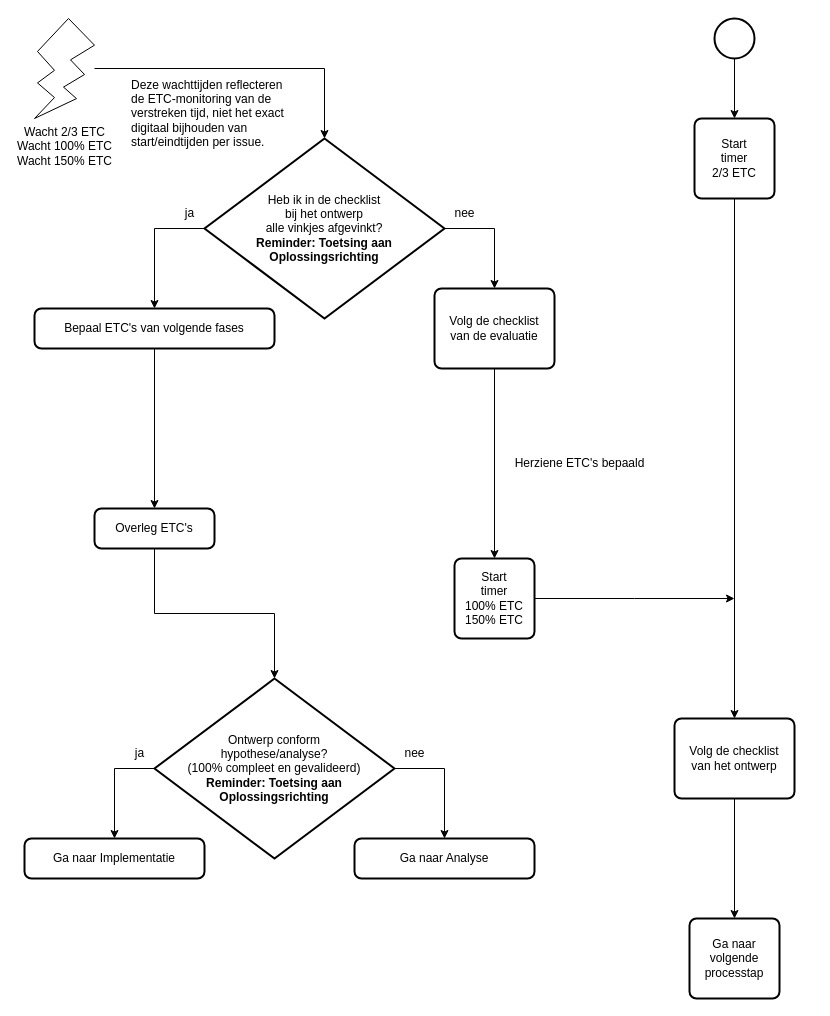
Above: 3 Issue Tracker ontwerp.drawio in Zaibatsu89/IssueTracker (draw.io), before the change. Source tidied: cells renumbered, new cells numbered last; positions are measured from the earlier drawing's top-left corner, leaving out a move shared by most shapes. Both pictures are drawn from the tidied source at 100%, with x=0, y=0 at pixel (24, 18).
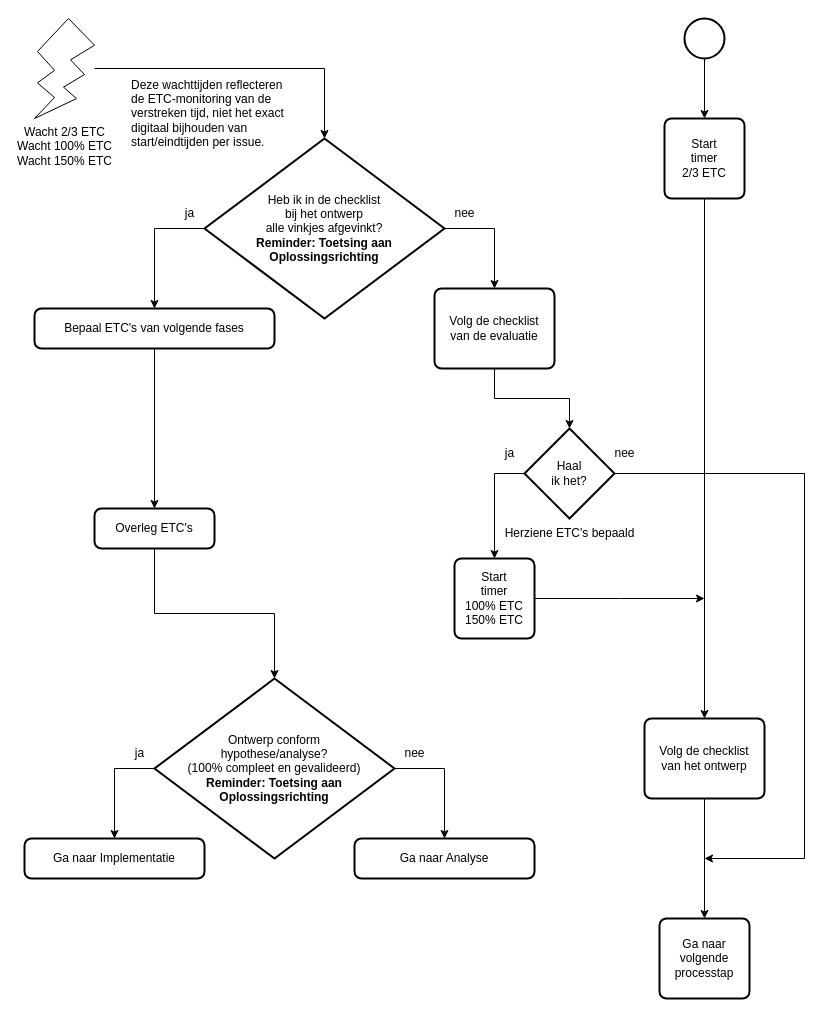
The same diagram, later.

Commit message (it also covers changes not shown here):
Voeg "Haal ik het?" toe na "Volg de checklist van de evaluatie" in flowcharts

The change refers to these unchanged cells:
```xml
<mxCell id="22" value="Volg de checklist&lt;br&gt;van de evaluatie" style="rounded=1;whiteSpace=wrap;html=1;absoluteArcSize=1;arcSize=14;strokeWidth=2;" parent="1" vertex="1">
  <mxGeometry x="410" y="270" width="120" height="80" as="geometry" />
</mxCell>
<mxCell id="32" value="Start&lt;br&gt;timer&lt;br&gt;100% ETC&lt;br&gt;150% ETC" style="rounded=1;whiteSpace=wrap;html=1;absoluteArcSize=1;arcSize=14;strokeWidth=2;" parent="1" vertex="1">
  <mxGeometry x="430" y="540" width="80" height="80" as="geometry" />
</mxCell>
```

What changed in the source:
```diff
@@
     <mxCell id="3" style="strokeWidth=2;html=1;shape=mxgraph.flowchart.start_2;whiteSpace=wrap;" parent="1" vertex="1">
-      <mxGeometry x="690" width="40" height="40" as="geometry" />
+      <mxGeometry x="660" width="40" height="40" as="geometry" />
     </mxCell>
     <mxCell id="4" value="Volg de checklist&lt;br&gt;van het ontwerp" style="rounded=1;whiteSpace=wrap;html=1;absoluteArcSize=1;arcSize=14;strokeWidth=2;" parent="1" vertex="1">
-      <mxGeometry x="650" y="700" width="120" height="80" as="geometry" />
+      <mxGeometry x="620" y="700" width="120" height="80" as="geometry" />
     </mxCell>
@@
-    <mxCell id="21" style="edgeStyle=orthogonalEdgeStyle;rounded=0;jettySize=auto;html=1;" parent="1" edge="1" source="22" target="32">
-      <mxGeometry relative="1" as="geometry" />
-    </mxCell>
@@
     <mxCell id="27" value="Herziene ETC's bepaald" style="text;html=1;align=center;verticalAlign=middle;strokeColor=none;fillColor=none;" parent="1" vertex="1">
-      <mxGeometry x="480" y="430" width="150" height="30" as="geometry" />
+      <mxGeometry x="470" y="500" width="150" height="30" as="geometry" />
     </mxCell>
     <mxCell id="28" value="Ga naar&lt;br&gt;volgende&lt;br&gt;processtap" style="rounded=1;whiteSpace=wrap;html=1;absoluteArcSize=1;arcSize=14;strokeWidth=2;" parent="1" vertex="1">
-      <mxGeometry x="665" y="900" width="90" height="80" as="geometry" />
+      <mxGeometry x="635" y="900" width="90" height="80" as="geometry" />
     </mxCell>
@@
     <mxCell id="30" value="Start&lt;br&gt;timer&lt;br&gt;2/3 ETC" style="rounded=1;whiteSpace=wrap;html=1;absoluteArcSize=1;arcSize=14;strokeWidth=2;" parent="1" vertex="1">
-      <mxGeometry x="670" y="100" width="80" height="80" as="geometry" />
+      <mxGeometry x="640" y="100" width="80" height="80" as="geometry" />
     </mxCell>
     <mxCell id="31" style="edgeStyle=orthogonalEdgeStyle;rounded=0;jettySize=auto;html=1;exitX=1;exitY=0.5;exitDx=0;exitDy=0;" parent="1" edge="1" source="32">
       <mxGeometry relative="1" as="geometry">
-        <mxPoint x="710" y="580" as="targetPoint" />
+        <mxPoint x="680" y="580" as="targetPoint" />
       </mxGeometry>
     </mxCell>
@@
+    <mxCell id="33" style="edgeStyle=orthogonalEdgeStyle;rounded=0;jettySize=auto;html=1;exitX=0;exitY=0.5;exitDx=0;exitDy=0;exitPerimeter=0;entryX=0.5;entryY=0;entryDx=0;entryDy=0;" parent="1" edge="1" source="35" target="32">
+      <mxGeometry relative="1" as="geometry" />
+    </mxCell>
+    <mxCell id="34" style="edgeStyle=orthogonalEdgeStyle;rounded=0;jettySize=auto;html=1;exitX=1;exitY=0.5;exitDx=0;exitDy=0;exitPerimeter=0;" parent="1" edge="1" source="35">
+      <mxGeometry relative="1" as="geometry">
+        <mxPoint x="680" y="840" as="targetPoint" />
+        <Array as="points">
+          <mxPoint x="780" y="455" />
+        </Array>
+      </mxGeometry>
+    </mxCell>
+    <mxCell id="35" value="Haal&lt;br&gt;ik het?" style="strokeWidth=2;html=1;shape=mxgraph.flowchart.decision;whiteSpace=wrap;" parent="1" vertex="1">
+      <mxGeometry x="500" y="410" width="90" height="90" as="geometry" />
+    </mxCell>
+    <mxCell id="36" style="edgeStyle=orthogonalEdgeStyle;rounded=0;jettySize=auto;html=1;exitX=0.5;exitY=1;exitDx=0;exitDy=0;entryX=0.5;entryY=0;entryDx=0;entryDy=0;entryPerimeter=0;" parent="1" edge="1" source="22" target="35">
+      <mxGeometry relative="1" as="geometry" />
+    </mxCell>
+    <mxCell id="37" value="ja" style="text;html=1;align=center;verticalAlign=middle;strokeColor=none;fillColor=none;" parent="1" vertex="1">
+      <mxGeometry x="470" y="420" width="30" height="30" as="geometry" />
+    </mxCell>
+    <mxCell id="38" value="nee" style="text;html=1;align=center;verticalAlign=middle;strokeColor=none;fillColor=none;" parent="1" vertex="1">
+      <mxGeometry x="580" y="420" width="40" height="30" as="geometry" />
+    </mxCell>
```
